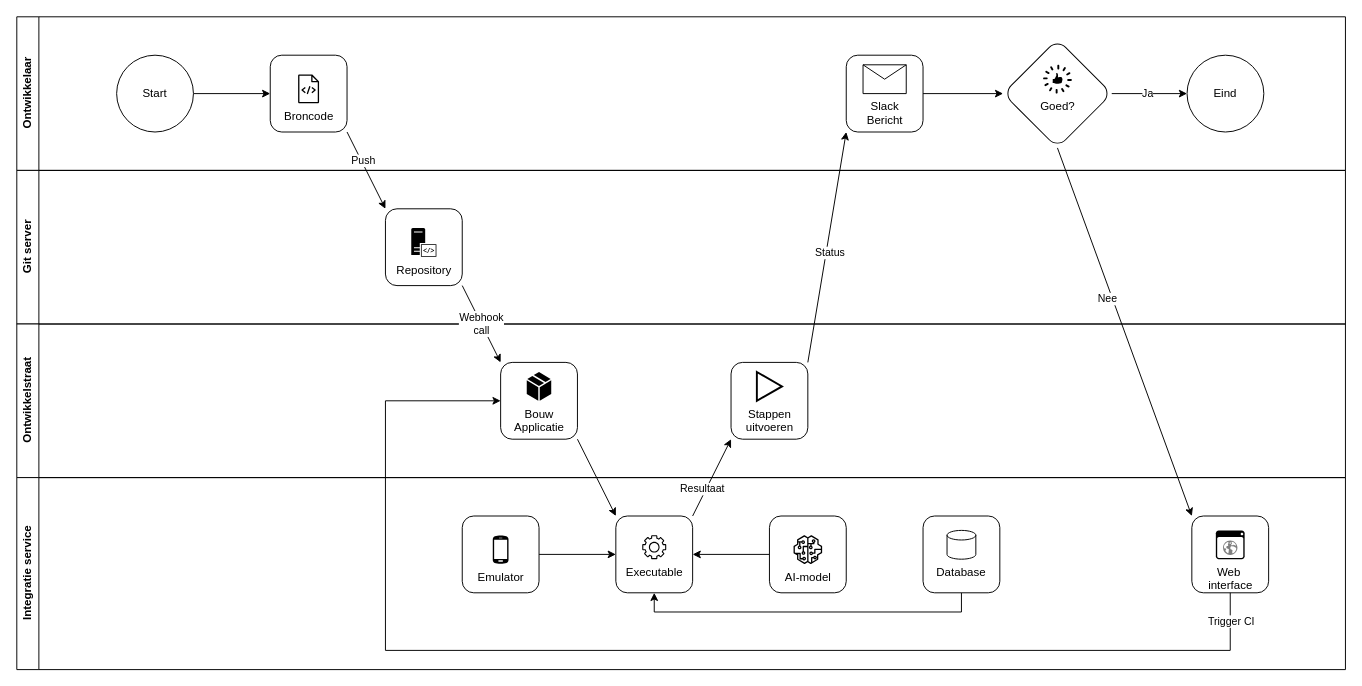
This is page "Integratie service" (13 of 13) of cli app.drawio from luukvankooten/draw.io, a draw.io file, before an edit. Source tidied: cells renumbered, new cells numbered last; positions are measured from the earlier drawing's top-left corner, leaving out a move shared by most shapes. Both pictures are drawn from the tidied source at 96%, with x=0, y=0 at pixel (16, 16).
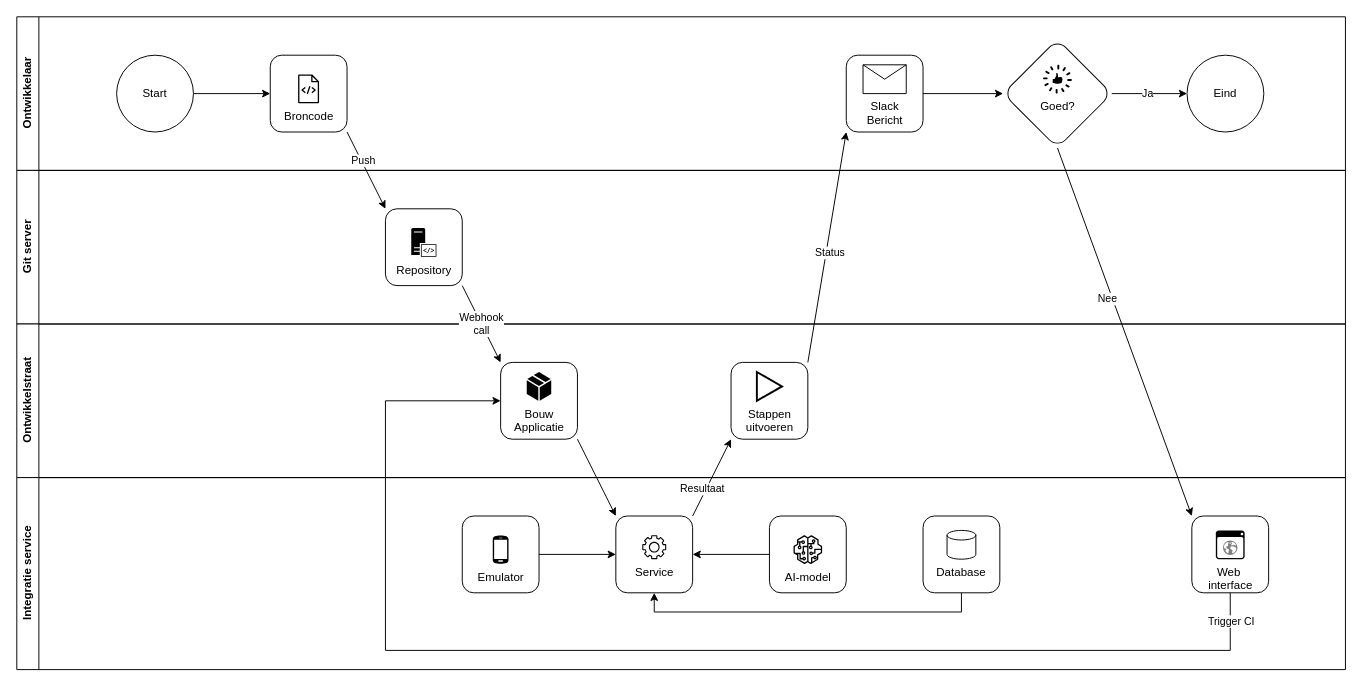
The same page after the edit.

The change refers to these unchanged cells:
```xml
<mxCell id="23" value="Integratie service" style="swimlane;horizontal=0;whiteSpace=wrap;html=1;" parent="1" vertex="1">
  <mxGeometry y="480" width="1384" height="200" as="geometry" />
</mxCell>
```

Change to the diagram source:
```diff
@@
-    <mxCell id="29" value="&lt;font color=&quot;#000000&quot;&gt;Executable&lt;/font&gt;" style="sketch=0;fontColor=#232F3E;gradientColor=none;fillColor=#000000;strokeColor=none;dashed=0;verticalLabelPosition=bottom;verticalAlign=top;align=center;html=1;fontSize=12;fontStyle=0;shape=mxgraph.aws4.gear;" parent="23" vertex="1">
+    <mxCell id="29" value="&lt;div&gt;&lt;font color=&quot;#000000&quot;&gt;Service&lt;/font&gt;&lt;/div&gt;" style="sketch=0;fontColor=#232F3E;gradientColor=none;fillColor=#000000;strokeColor=none;dashed=0;verticalLabelPosition=bottom;verticalAlign=top;align=center;html=1;fontSize=12;fontStyle=0;shape=mxgraph.aws4.gear;" parent="23" vertex="1">
       <mxGeometry x="651.5" y="60" width="25" height="25" as="geometry" />
     </mxCell>
```
